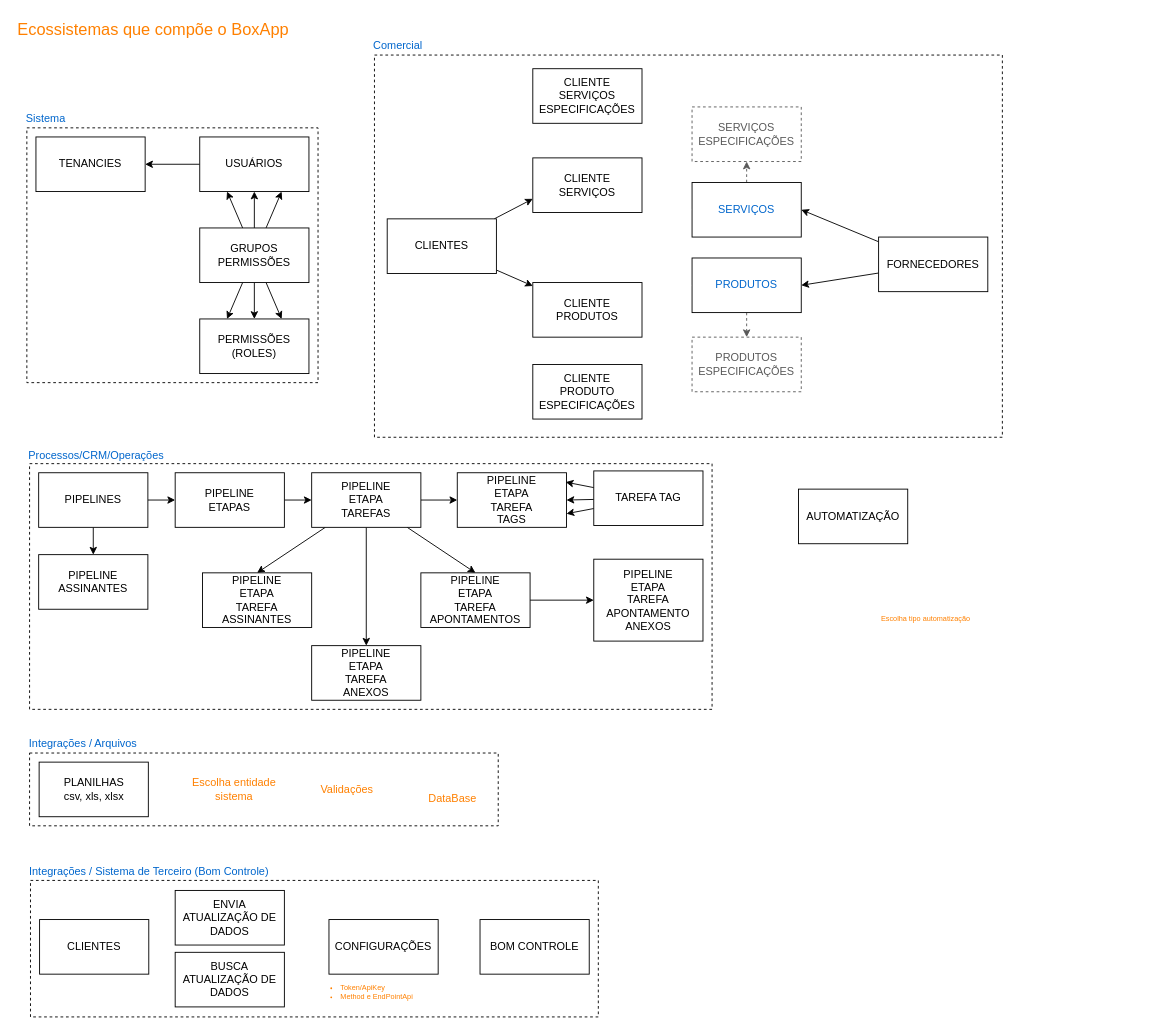
Before: page "Principal" (1 of 4) of docs/draws/BoxApp.drawio in sigespweb22/boxapp-api, a draw.io diagram. Source tidied: cells renumbered, new cells numbered last; positions are measured from the earlier drawing's top-left corner, leaving out a move shared by most shapes. Both pictures are drawn from the tidied source at 91%, with x=0, y=0 at pixel (15, 15).
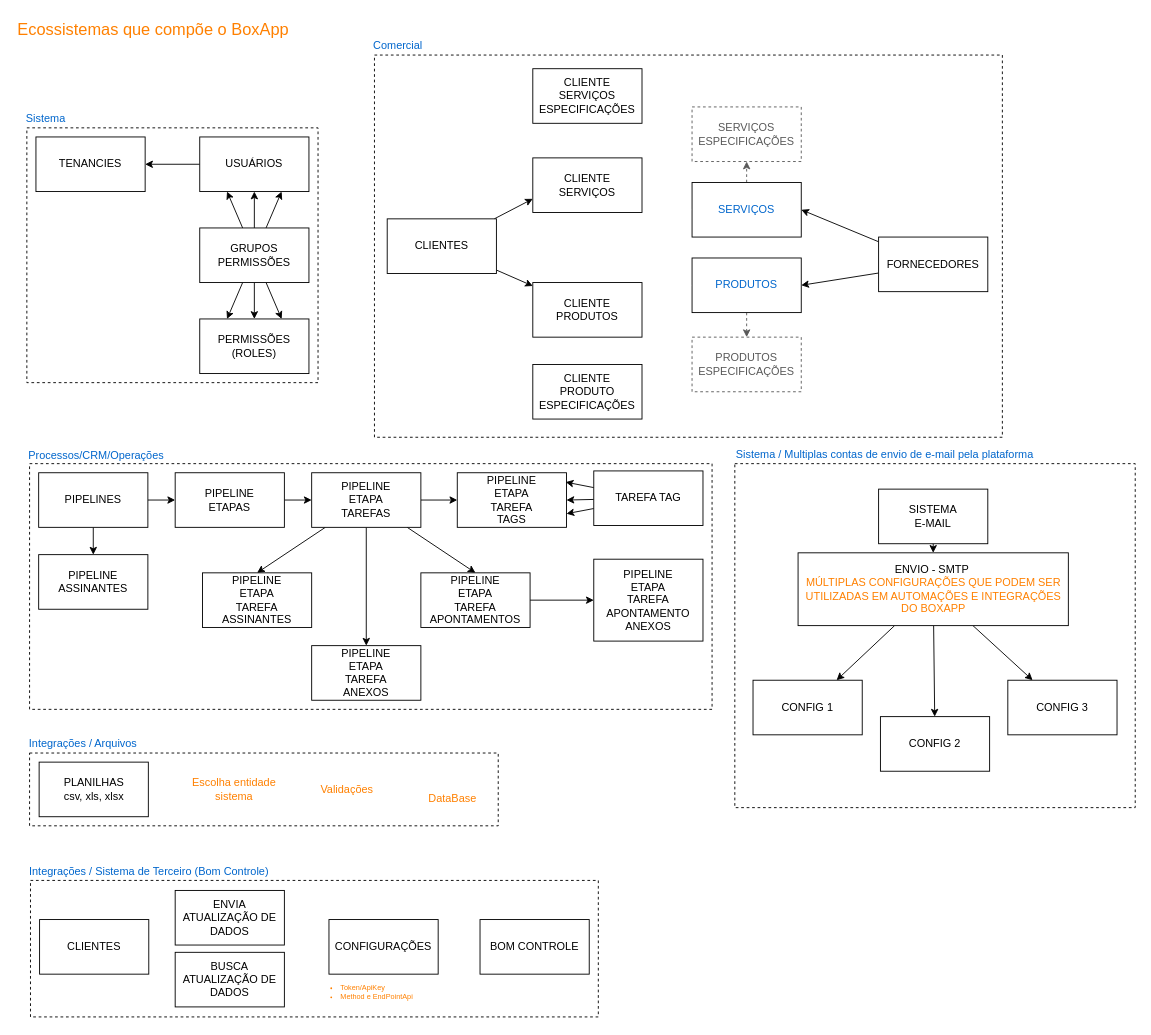
Above is the later version.

Change to the diagram source:
```diff
@@
+    <mxCell id="85" style="rounded=0;whiteSpace=wrap;html=1;fillColor=none;dashed=1;" parent="1" vertex="1">
+      <mxGeometry x="790" y="492" width="440" height="378" as="geometry" />
+    </mxCell>
@@
+    <mxCell id="86" style="edgeStyle=none;html=1;" parent="1" edge="1" source="83" target="94">
+      <mxGeometry relative="1" as="geometry" />
+    </mxCell>
-    <mxCell id="83" value="AUTOMATIZAÇÃO" style="rounded=0;whiteSpace=wrap;html=1;" parent="1" vertex="1">
-      <mxGeometry x="860" y="520" width="120" height="60" as="geometry" />
+    <mxCell id="83" value="SISTEMA&lt;br&gt;E-MAIL" style="rounded=0;whiteSpace=wrap;html=1;" parent="1" vertex="1">
+      <mxGeometry x="948" y="520" width="120" height="60" as="geometry" />
     </mxCell>
-    <mxCell id="84" value="Escolha tipo automatização" style="shape=parallelogram;perimeter=parallelogramPerimeter;whiteSpace=wrap;html=1;fixedSize=1;labelBackgroundColor=none;fontSize=8;fontColor=#FF8000;strokeColor=#FFFFFF;fillColor=none;" parent="1" vertex="1">
-      <mxGeometry x="940" y="632" width="120" height="60" as="geometry" />
-    </mxCell>
+    <mxCell id="87" value="CONFIG 1" style="rounded=0;whiteSpace=wrap;html=1;" parent="1" vertex="1">
+      <mxGeometry x="810" y="730" width="120" height="60" as="geometry" />
+    </mxCell>
+    <mxCell id="88" value="Sistema / Multiplas contas de envio de e-mail pela plataforma" style="text;html=1;strokeColor=none;fillColor=none;align=center;verticalAlign=middle;whiteSpace=wrap;rounded=0;dashed=1;fontSize=12;fontColor=#0066CC;" parent="1" vertex="1">
+      <mxGeometry x="770" y="467" width="370" height="30" as="geometry" />
+    </mxCell>
+    <mxCell id="89" value="CONFIG 2" style="rounded=0;whiteSpace=wrap;html=1;" parent="1" vertex="1">
+      <mxGeometry x="950" y="770" width="120" height="60" as="geometry" />
+    </mxCell>
+    <mxCell id="90" value="CONFIG 3" style="rounded=0;whiteSpace=wrap;html=1;" parent="1" vertex="1">
+      <mxGeometry x="1090" y="730" width="120" height="60" as="geometry" />
+    </mxCell>
+    <mxCell id="91" style="edgeStyle=none;html=1;" parent="1" edge="1" source="94" target="87">
+      <mxGeometry relative="1" as="geometry" />
+    </mxCell>
+    <mxCell id="92" style="edgeStyle=none;html=1;" parent="1" edge="1" source="94" target="89">
+      <mxGeometry relative="1" as="geometry" />
+    </mxCell>
+    <mxCell id="93" style="edgeStyle=none;html=1;" parent="1" edge="1" source="94" target="90">
+      <mxGeometry relative="1" as="geometry" />
+    </mxCell>
+    <mxCell id="94" value="ENVIO - SMTP&amp;nbsp;&lt;br&gt;&lt;font color=&quot;#ff8000&quot;&gt;MÚLTIPLAS CONFIGURAÇÕES QUE PODEM SER UTILIZADAS EM AUTOMAÇÕES E INTEGRAÇÕES DO BOXAPP&lt;/font&gt;" style="rounded=0;whiteSpace=wrap;html=1;" parent="1" vertex="1">
+      <mxGeometry x="859.5" y="590" width="297" height="80" as="geometry" />
+    </mxCell>
```
